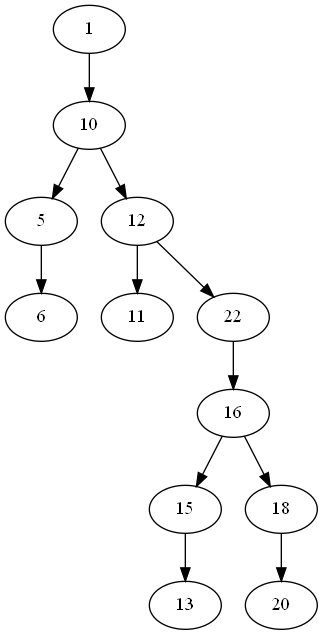
Above: lab_06_04/BST.png in xanderkov/TASD (Graphviz), before the change. Its source is kept beside it as lab_06_04/out/BST.gv.
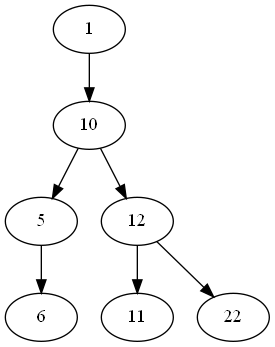
The same file after the commit.

Change to the diagram source:
```diff
@@ -5,9 +5,4 @@
 5 -> 6;
 12 -> 11;
 12 -> 22;
-22 -> 16;
-16 -> 15;
-16 -> 18;
-15 -> 13;
-18 -> 20;
 }
```
